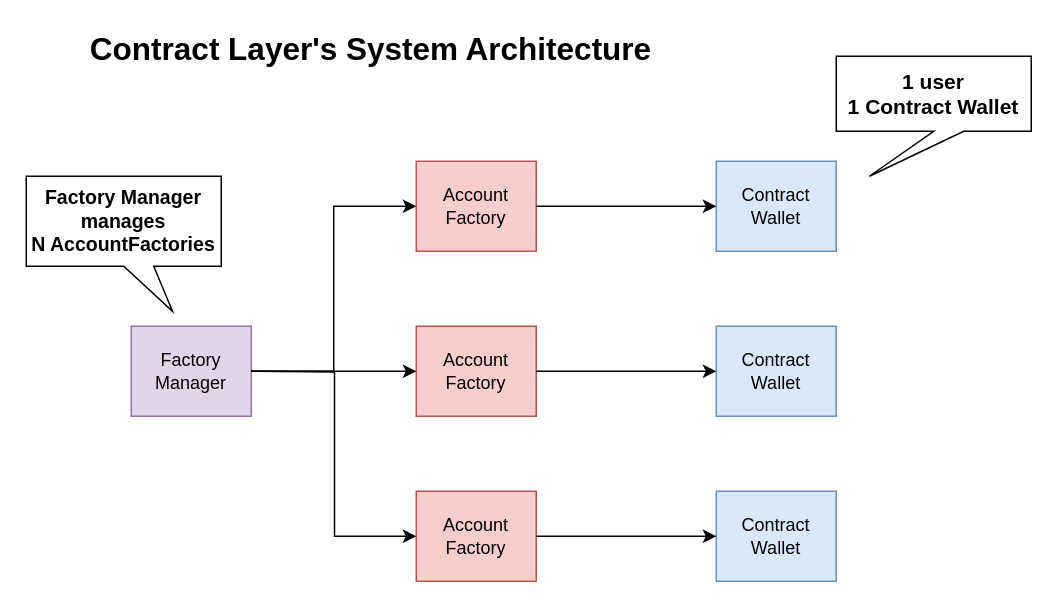
mashharuki/HackFS-2023 keeps this draw.io diagram as page "Contract's System Architecture" (2 of 3) of pkgs/docs/draw/system.drawio. Above is the earlier version. Source tidied: cells renumbered, new cells numbered last; positions are measured from the earlier drawing's top-left corner, leaving out a move shared by most shapes. Both pictures are drawn from the tidied source at 150%, with x=0, y=0 at pixel (26, 26).
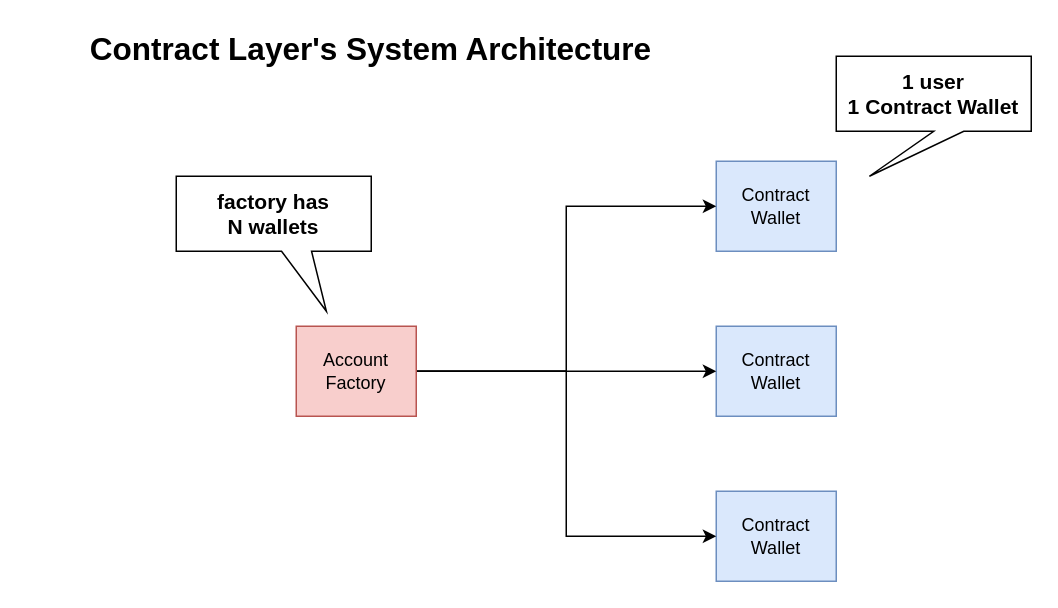
The same page after the edit.

What changed in the source:
```diff
@@
 <mxGraphModel>
   <root>
     <mxCell id="0" />
     <mxCell id="1" parent="0" />
     <mxCell id="2" value="Contract&lt;br&gt;Wallet" style="rounded=0;whiteSpace=wrap;html=1;fillColor=#dae8fc;strokeColor=#6c8ebf;" parent="1" vertex="1">
       <mxGeometry x="460" y="90" width="80" height="60" as="geometry" />
     </mxCell>
     <mxCell id="3" value="Contract&lt;br style=&quot;border-color: var(--border-color);&quot;&gt;Wallet" style="rounded=0;whiteSpace=wrap;html=1;fillColor=#dae8fc;strokeColor=#6c8ebf;" parent="1" vertex="1">
       <mxGeometry x="460" y="200" width="80" height="60" as="geometry" />
     </mxCell>
     <mxCell id="4" value="Contract&lt;br style=&quot;border-color: var(--border-color);&quot;&gt;Wallet" style="rounded=0;whiteSpace=wrap;html=1;fillColor=#dae8fc;strokeColor=#6c8ebf;" parent="1" vertex="1">
       <mxGeometry x="460" y="310" width="80" height="60" as="geometry" />
     </mxCell>
-    <mxCell id="5" value="Account&lt;br&gt;Factory" style="rounded=0;whiteSpace=wrap;html=1;fillColor=#f8cecc;strokeColor=#b85450;" parent="1" vertex="1">
-      <mxGeometry x="260" y="90" width="80" height="60" as="geometry" />
-    </mxCell>
-    <mxCell id="6" value="Account&lt;br&gt;Factory" style="rounded=0;whiteSpace=wrap;html=1;fillColor=#f8cecc;strokeColor=#b85450;" parent="1" vertex="1">
-      <mxGeometry x="260" y="200" width="80" height="60" as="geometry" />
-    </mxCell>
-    <mxCell id="7" value="Account&lt;br&gt;Factory" style="rounded=0;whiteSpace=wrap;html=1;fillColor=#f8cecc;strokeColor=#b85450;" parent="1" vertex="1">
-      <mxGeometry x="260" y="310" width="80" height="60" as="geometry" />
-    </mxCell>
-    <mxCell id="8" value="Factory&lt;br&gt;Manager" style="rounded=0;whiteSpace=wrap;html=1;fillColor=#e1d5e7;strokeColor=#9673a6;" parent="1" vertex="1">
-      <mxGeometry x="70" y="200" width="80" height="60" as="geometry" />
-    </mxCell>
-    <mxCell id="9" style="endArrow=classic;html=1;rounded=0;entryX=0;entryY=0.5;entryDx=0;entryDy=0;exitX=1;exitY=0.5;exitDx=0;exitDy=0;" parent="1" edge="1" source="8" target="6">
+    <mxCell id="9" style="endArrow=classic;html=1;rounded=0;entryX=0;entryY=0.5;entryDx=0;entryDy=0;exitX=1;exitY=0.5;exitDx=0;exitDy=0;" parent="1" edge="1" source="18" target="3">
       <mxGeometry relative="1" as="geometry" />
     </mxCell>
-    <mxCell id="10" style="endArrow=classic;html=1;rounded=0;entryX=0;entryY=0.5;entryDx=0;entryDy=0;exitX=1;exitY=0.5;exitDx=0;exitDy=0;edgeStyle=orthogonalEdgeStyle;" parent="1" edge="1" source="8" target="5">
+    <mxCell id="10" style="endArrow=classic;html=1;rounded=0;entryX=0;entryY=0.5;entryDx=0;entryDy=0;exitX=1;exitY=0.5;exitDx=0;exitDy=0;edgeStyle=orthogonalEdgeStyle;" parent="1" edge="1" source="18" target="2">
       <mxGeometry relative="1" as="geometry" />
     </mxCell>
-    <mxCell id="11" style="endArrow=classic;html=1;rounded=0;entryX=0;entryY=0.5;entryDx=0;entryDy=0;edgeStyle=orthogonalEdgeStyle;" parent="1" edge="1" target="7">
-      <mxGeometry relative="1" as="geometry">
-        <mxPoint x="150" y="230" as="sourcePoint" />
-      </mxGeometry>
+    <mxCell id="11" style="endArrow=classic;html=1;rounded=0;edgeStyle=orthogonalEdgeStyle;entryX=0;entryY=0.5;entryDx=0;entryDy=0;" parent="1" edge="1" source="18" target="4">
+      <mxGeometry relative="1" as="geometry" />
     </mxCell>
-    <mxCell id="12" style="endArrow=classic;html=1;rounded=0;exitX=1;exitY=0.5;exitDx=0;exitDy=0;" parent="1" edge="1" source="6" target="3">
-      <mxGeometry relative="1" as="geometry" />
-    </mxCell>
-    <mxCell id="13" style="endArrow=classic;html=1;rounded=0;exitX=1;exitY=0.5;exitDx=0;exitDy=0;entryX=0;entryY=0.5;entryDx=0;entryDy=0;" parent="1" edge="1" source="5" target="2">
-      <mxGeometry relative="1" as="geometry" />
-    </mxCell>
-    <mxCell id="14" style="endArrow=classic;html=1;rounded=0;exitX=1;exitY=0.5;exitDx=0;exitDy=0;entryX=0;entryY=0.5;entryDx=0;entryDy=0;" parent="1" edge="1" source="7" target="4">
-      <mxGeometry relative="1" as="geometry" />
-    </mxCell>
     <mxCell id="15" value="Contract Layer's System Architecture" style="text;html=1;strokeColor=none;fillColor=none;align=center;verticalAlign=middle;whiteSpace=wrap;rounded=0;fontStyle=1;fontSize=21;" parent="1" vertex="1">
       <mxGeometry x="20" width="420" height="30" as="geometry" />
     </mxCell>
     <mxCell id="16" value="1 user&lt;br style=&quot;font-size: 14px;&quot;&gt;1 Contract Wallet" style="shape=callout;whiteSpace=wrap;html=1;perimeter=calloutPerimeter;position2=0.17;fontSize=14;fontStyle=1;" parent="1" vertex="1">
       <mxGeometry x="540" y="20" width="130" height="80" as="geometry" />
     </mxCell>
-    <mxCell id="17" value="Factory Manager&lt;br style=&quot;font-size: 13px;&quot;&gt;manages&lt;br style=&quot;font-size: 13px;&quot;&gt;N AccountFactories" style="shape=callout;whiteSpace=wrap;html=1;perimeter=calloutPerimeter;position2=0.75;fontStyle=1;fontSize=13;" parent="1" vertex="1">
-      <mxGeometry y="100" width="130" height="90" as="geometry" />
-    </mxCell>
+    <mxCell id="18" value="Account&lt;br&gt;Factory" style="rounded=0;whiteSpace=wrap;html=1;fillColor=#f8cecc;strokeColor=#b85450;" parent="1" vertex="1">
+      <mxGeometry x="180" y="200" width="80" height="60" as="geometry" />
+    </mxCell>
+    <mxCell id="19" value="factory has&lt;br&gt;N wallets" style="shape=callout;whiteSpace=wrap;html=1;perimeter=calloutPerimeter;position2=0.77;fontSize=14;fontStyle=1;size=40;position=0.54;" parent="1" vertex="1">
+      <mxGeometry x="100" y="100" width="130" height="90" as="geometry" />
+    </mxCell>
   </root>
 </mxGraphModel>
```
